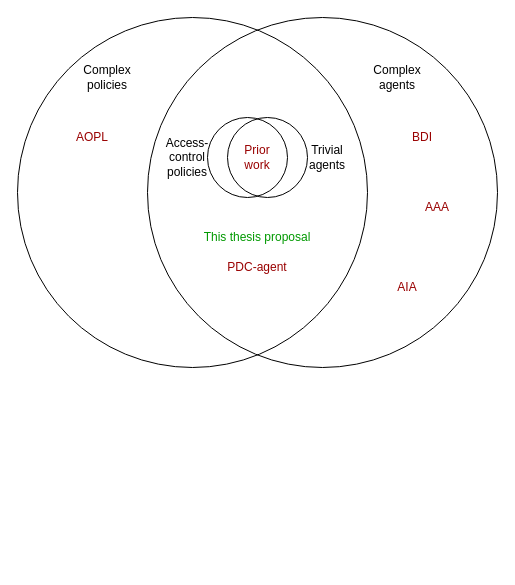
Before: Figures/Research_Gap.drawio in Entze/APIA, a draw.io diagram. Source tidied: cells renumbered, new cells numbered last; positions are measured from the earlier drawing's top-left corner, leaving out a move shared by most shapes. Both pictures are drawn from the tidied source at 100%, with x=0, y=0 at pixel (17, 17).
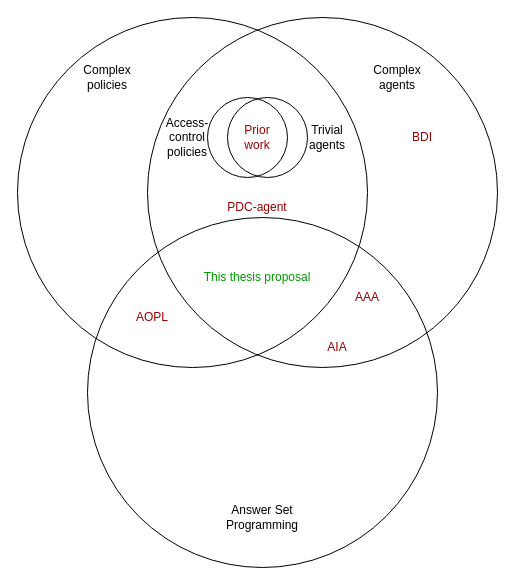
The same diagram, later.

Diff of the diagram source:
```diff
@@
 <mxGraphModel>
   <root>
     <mxCell id="0" />
     <mxCell id="1" parent="0" />
     <mxCell id="2" style="ellipse;whiteSpace=wrap;html=1;fillColor=none;align=center;" parent="1" vertex="1">
       <mxGeometry width="350" height="350" as="geometry" />
     </mxCell>
     <mxCell id="3" style="ellipse;whiteSpace=wrap;html=1;fillColor=none;align=center;" parent="1" vertex="1">
       <mxGeometry x="130" width="350" height="350" as="geometry" />
     </mxCell>
     <mxCell id="4" value="&lt;div&gt;Complex policies&lt;/div&gt;" style="text;html=1;strokeColor=none;fillColor=none;align=center;verticalAlign=middle;whiteSpace=wrap;rounded=0;" parent="1" vertex="1">
       <mxGeometry x="70" y="50" width="40" height="20" as="geometry" />
     </mxCell>
     <mxCell id="5" value="Complex agents" style="text;html=1;strokeColor=none;fillColor=none;align=center;verticalAlign=middle;whiteSpace=wrap;rounded=0;" parent="1" vertex="1">
       <mxGeometry x="360" y="50" width="40" height="20" as="geometry" />
     </mxCell>
+    <mxCell id="19" style="ellipse;whiteSpace=wrap;html=1;fillColor=none;align=center;" parent="1" vertex="1">
+      <mxGeometry x="70" y="200" width="350" height="350" as="geometry" />
+    </mxCell>
+    <mxCell id="20" value="Answer Set Programming" style="text;html=1;strokeColor=none;fillColor=none;align=center;verticalAlign=middle;whiteSpace=wrap;rounded=0;" parent="1" vertex="1">
+      <mxGeometry x="225" y="490" width="40" height="20" as="geometry" />
+    </mxCell>
     <mxCell id="6" parent="0" />
     <mxCell id="7" style="ellipse;whiteSpace=wrap;html=1;fillColor=none;align=center;" parent="6" vertex="1">
-      <mxGeometry x="190" y="100" width="80" height="80" as="geometry" />
+      <mxGeometry x="190" y="80" width="80" height="80" as="geometry" />
     </mxCell>
     <mxCell id="8" style="ellipse;whiteSpace=wrap;html=1;fillColor=none;align=center;" parent="6" vertex="1">
-      <mxGeometry x="210" y="100" width="80" height="80" as="geometry" />
+      <mxGeometry x="210" y="80" width="80" height="80" as="geometry" />
     </mxCell>
     <mxCell id="9" value="Trivial agents" style="text;html=1;strokeColor=none;fillColor=none;align=center;verticalAlign=middle;whiteSpace=wrap;rounded=0;" parent="6" vertex="1">
-      <mxGeometry x="290" y="130" width="40" height="20" as="geometry" />
+      <mxGeometry x="290" y="110" width="40" height="20" as="geometry" />
     </mxCell>
     <mxCell id="10" value="Access-control policies" style="text;html=1;strokeColor=none;fillColor=none;align=center;verticalAlign=middle;whiteSpace=wrap;rounded=0;" parent="6" vertex="1">
-      <mxGeometry x="150" y="130" width="40" height="20" as="geometry" />
+      <mxGeometry x="150" y="110" width="40" height="20" as="geometry" />
     </mxCell>
     <mxCell id="11" parent="0" />
     <mxCell id="12" value="AAA" style="text;html=1;strokeColor=none;fillColor=none;align=center;verticalAlign=middle;whiteSpace=wrap;rounded=0;fontColor=#990000;" parent="11" vertex="1">
-      <mxGeometry x="380" y="180" width="80" height="20" as="geometry" />
+      <mxGeometry x="310" y="270" width="80" height="20" as="geometry" />
     </mxCell>
     <mxCell id="13" value="Prior work" style="text;html=1;strokeColor=none;fillColor=none;align=center;verticalAlign=middle;whiteSpace=wrap;rounded=0;fontColor=#990000;" parent="11" vertex="1">
-      <mxGeometry x="220" y="130" width="40" height="20" as="geometry" />
+      <mxGeometry x="220" y="110" width="40" height="20" as="geometry" />
     </mxCell>
     <mxCell id="14" value="AOPL" style="text;html=1;strokeColor=none;fillColor=none;align=center;verticalAlign=middle;whiteSpace=wrap;rounded=0;fontColor=#990000;" parent="11" vertex="1">
-      <mxGeometry x="40" y="110" width="70" height="20" as="geometry" />
+      <mxGeometry x="100" y="290" width="70" height="20" as="geometry" />
     </mxCell>
     <mxCell id="15" value="This thesis proposal" style="text;html=1;strokeColor=none;fillColor=none;align=center;verticalAlign=middle;whiteSpace=wrap;rounded=0;fontColor=#009900;" parent="11" vertex="1">
-      <mxGeometry x="175" y="210" width="130" height="20" as="geometry" />
+      <mxGeometry x="175" y="250" width="130" height="20" as="geometry" />
     </mxCell>
     <mxCell id="16" value="AIA" style="text;html=1;strokeColor=none;fillColor=none;align=center;verticalAlign=middle;whiteSpace=wrap;rounded=0;fontColor=#990000;" parent="11" vertex="1">
-      <mxGeometry x="350" y="260" width="80" height="20" as="geometry" />
+      <mxGeometry x="280" y="320" width="80" height="20" as="geometry" />
     </mxCell>
     <mxCell id="17" value="BDI" style="text;html=1;strokeColor=none;fillColor=none;align=center;verticalAlign=middle;whiteSpace=wrap;rounded=0;fontColor=#990000;" parent="11" vertex="1">
       <mxGeometry x="365" y="110" width="80" height="20" as="geometry" />
     </mxCell>
     <mxCell id="18" value="PDC-agent" style="text;html=1;strokeColor=none;fillColor=none;align=center;verticalAlign=middle;whiteSpace=wrap;rounded=0;fontColor=#990000;" parent="11" vertex="1">
-      <mxGeometry x="200" y="240" width="80" height="20" as="geometry" />
+      <mxGeometry x="200" y="180" width="80" height="20" as="geometry" />
     </mxCell>
   </root>
 </mxGraphModel>
```
